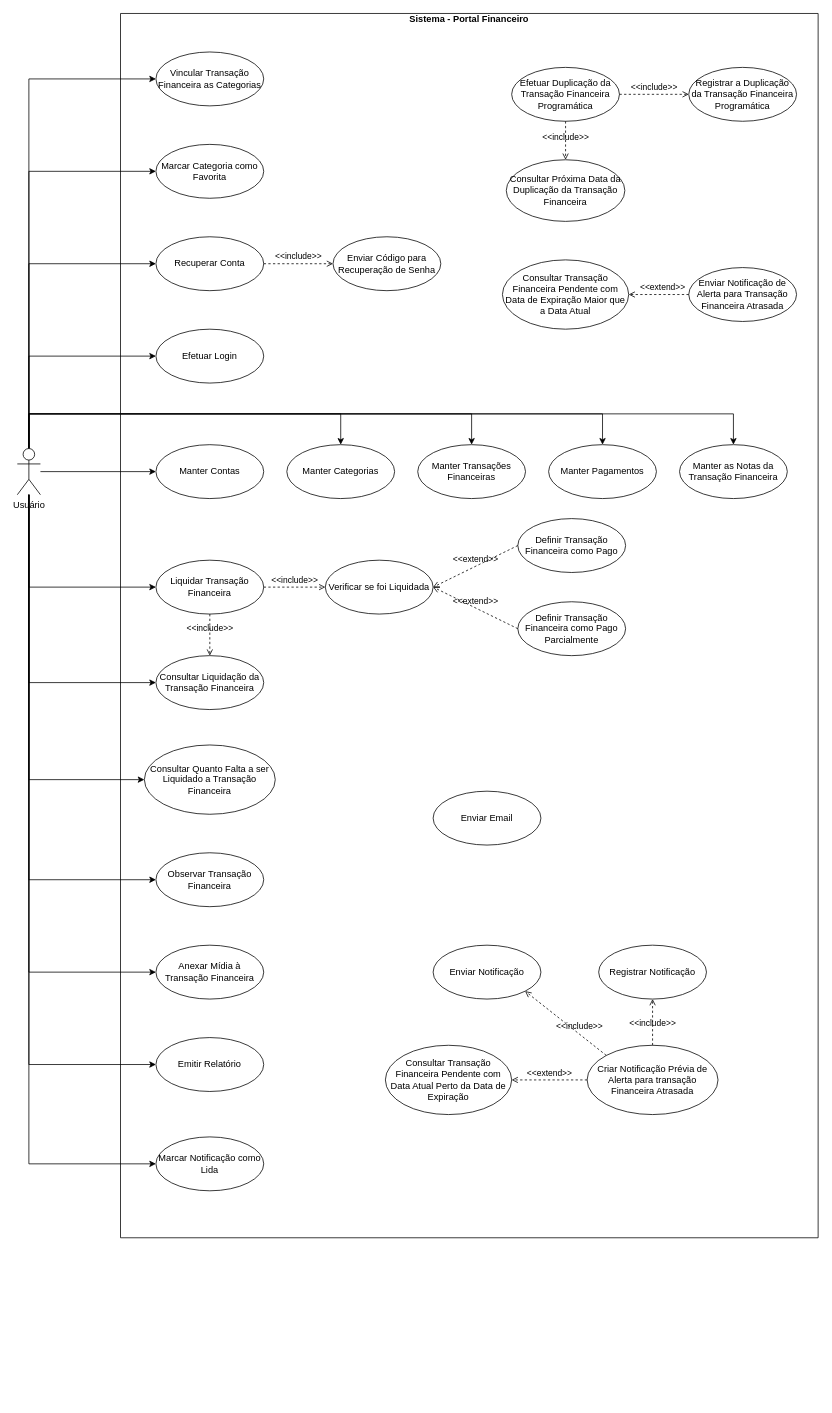
The draw.io diagram docs/use-case.diagram.drawio in Danrley-Ruan-Saquetti/esliph-finance, before the edit. Source tidied: cells renumbered, new cells numbered last; positions are measured from the earlier drawing's top-left corner, leaving out a move shared by most shapes. Both pictures are drawn from the tidied source at 77%, with x=0, y=0 at pixel (17, 13).
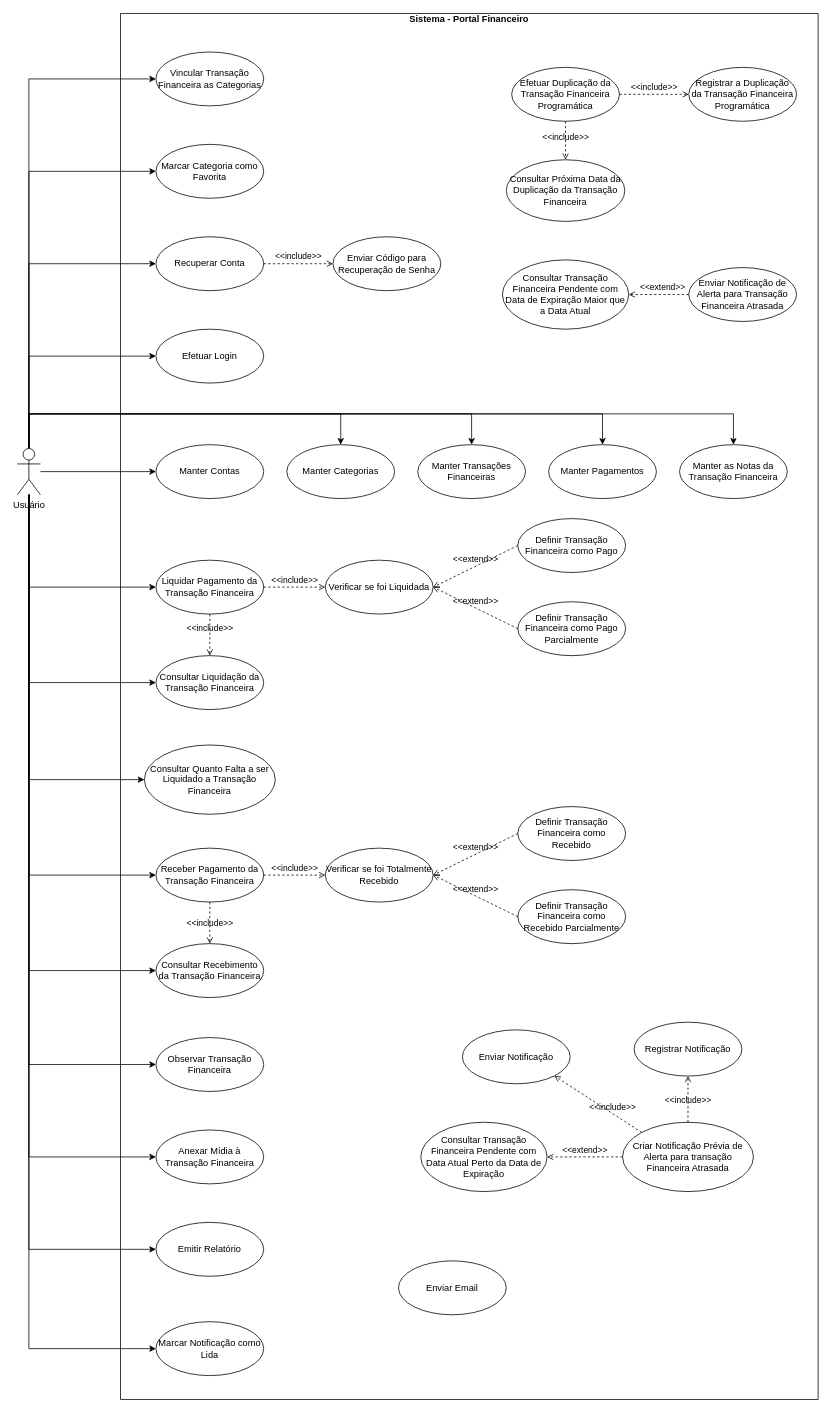
Above is the later version.

Unchanged cells that the change refers to:
```xml
<mxCell id="59" value="Usuário" style="shape=umlActor;verticalLabelPosition=bottom;verticalAlign=top;html=1;outlineConnect=0;" parent="1" vertex="1">
  <mxGeometry y="565" width="30" height="60" as="geometry" />
</mxCell>
```

Change to the diagram source:
```diff
@@
     <mxCell id="4" value="&#10;Sistema - Portal Financeiro" style="swimlane;startSize=0;" parent="1" vertex="1">
-      <mxGeometry x="134" width="906" height="1590" as="geometry" />
+      <mxGeometry x="134" width="906" height="1800" as="geometry" />
     </mxCell>
@@
-    <mxCell id="13" value="Liquidar Transação Financeira" style="ellipse;whiteSpace=wrap;html=1;" parent="4" vertex="1">
+    <mxCell id="13" value="Liquidar Pagamento da Transação Financeira" style="ellipse;whiteSpace=wrap;html=1;" parent="4" vertex="1">
       <mxGeometry x="46" y="710" width="140" height="70" as="geometry" />
     </mxCell>
@@
     <mxCell id="26" value="Observar Transação Financeira" style="ellipse;whiteSpace=wrap;html=1;" parent="4" vertex="1">
-      <mxGeometry x="46" y="1090" width="140" height="70" as="geometry" />
+      <mxGeometry x="46" y="1330" width="140" height="70" as="geometry" />
     </mxCell>
@@
     <mxCell id="32" value="Anexar Mídia à Transação Financeira" style="ellipse;whiteSpace=wrap;html=1;" parent="4" vertex="1">
-      <mxGeometry x="46" y="1210" width="140" height="70" as="geometry" />
+      <mxGeometry x="46" y="1450" width="140" height="70" as="geometry" />
     </mxCell>
     <mxCell id="33" value="Emitir Relatório" style="ellipse;whiteSpace=wrap;html=1;" parent="4" vertex="1">
-      <mxGeometry x="46" y="1330" width="140" height="70" as="geometry" />
+      <mxGeometry x="46" y="1570" width="140" height="70" as="geometry" />
     </mxCell>
@@
     <mxCell id="37" value="Registrar Notificação" style="ellipse;whiteSpace=wrap;html=1;" parent="4" vertex="1">
-      <mxGeometry x="621" y="1210" width="140" height="70" as="geometry" />
+      <mxGeometry x="667" y="1310" width="140" height="70" as="geometry" />
     </mxCell>
     <mxCell id="38" value="Enviar Notificação" style="ellipse;whiteSpace=wrap;html=1;" parent="4" vertex="1">
-      <mxGeometry x="406" y="1210" width="140" height="70" as="geometry" />
+      <mxGeometry x="444" y="1320" width="140" height="70" as="geometry" />
     </mxCell>
     <mxCell id="39" value="Enviar Email" style="ellipse;whiteSpace=wrap;html=1;" parent="4" vertex="1">
-      <mxGeometry x="406" y="1010" width="140" height="70" as="geometry" />
+      <mxGeometry x="361" y="1620" width="140" height="70" as="geometry" />
     </mxCell>
     <mxCell id="40" value="Marcar Notificação como Lida" style="ellipse;whiteSpace=wrap;html=1;" parent="4" vertex="1">
-      <mxGeometry x="46" y="1459" width="140" height="70" as="geometry" />
+      <mxGeometry x="46" y="1699" width="140" height="70" as="geometry" />
     </mxCell>
     <mxCell id="41" value="Criar Notificação Prévia de Alerta para transação Financeira Atrasada" style="ellipse;whiteSpace=wrap;html=1;" parent="4" vertex="1">
-      <mxGeometry x="606" y="1340" width="170" height="90" as="geometry" />
+      <mxGeometry x="652" y="1440" width="170" height="90" as="geometry" />
     </mxCell>
     <mxCell id="42" value="Consultar Transação Financeira Pendente com Data Atual Perto da Data de Expiração" style="ellipse;whiteSpace=wrap;html=1;" parent="4" vertex="1">
-      <mxGeometry x="344" y="1340" width="164" height="90" as="geometry" />
+      <mxGeometry x="390" y="1440" width="164" height="90" as="geometry" />
     </mxCell>
@@
+    <mxCell id="61" value="Receber Pagamento da Transação Financeira" style="ellipse;whiteSpace=wrap;html=1;" parent="4" vertex="1">
+      <mxGeometry x="46" y="1084" width="140" height="70" as="geometry" />
+    </mxCell>
+    <mxCell id="62" value="Consultar Recebimento da Transação Financeira" style="ellipse;whiteSpace=wrap;html=1;" parent="4" vertex="1">
+      <mxGeometry x="46" y="1208" width="140" height="70" as="geometry" />
+    </mxCell>
+    <mxCell id="63" value="Verificar se foi Totalmente Recebido" style="ellipse;whiteSpace=wrap;html=1;" parent="4" vertex="1">
+      <mxGeometry x="266" y="1084" width="140" height="70" as="geometry" />
+    </mxCell>
+    <mxCell id="64" value="Definir Transação Financeira como Recebido" style="ellipse;whiteSpace=wrap;html=1;" parent="4" vertex="1">
+      <mxGeometry x="516" y="1030" width="140" height="70" as="geometry" />
+    </mxCell>
+    <mxCell id="65" value="Definir Transação Financeira como Recebido Parcialmente" style="ellipse;whiteSpace=wrap;html=1;" parent="4" vertex="1">
+      <mxGeometry x="516" y="1138" width="140" height="70" as="geometry" />
+    </mxCell>
+    <mxCell id="66" value="&amp;lt;&amp;lt;extend&amp;gt;&amp;gt;" style="html=1;verticalAlign=bottom;labelBackgroundColor=none;endArrow=open;endFill=0;dashed=1;rounded=0;exitX=0;exitY=0.5;exitDx=0;exitDy=0;entryX=1;entryY=0.5;entryDx=0;entryDy=0;" parent="4" edge="1" source="65" target="63">
+      <mxGeometry relative="1" as="geometry" />
+    </mxCell>
+    <mxCell id="67" value="&amp;lt;&amp;lt;extend&amp;gt;&amp;gt;" style="html=1;verticalAlign=bottom;labelBackgroundColor=none;endArrow=open;endFill=0;dashed=1;rounded=0;exitX=0;exitY=0.5;exitDx=0;exitDy=0;entryX=1;entryY=0.5;entryDx=0;entryDy=0;" parent="4" edge="1" source="64" target="63">
+      <mxGeometry relative="1" as="geometry" />
+    </mxCell>
+    <mxCell id="68" value="&amp;lt;&amp;lt;include&amp;gt;&amp;gt;" style="html=1;verticalAlign=bottom;labelBackgroundColor=none;endArrow=open;endFill=0;dashed=1;rounded=0;exitX=0.5;exitY=1;exitDx=0;exitDy=0;entryX=0.5;entryY=0;entryDx=0;entryDy=0;" parent="4" edge="1" source="61" target="62">
+      <mxGeometry x="0.33" relative="1" as="geometry" />
+    </mxCell>
+    <mxCell id="69" value="&amp;lt;&amp;lt;include&amp;gt;&amp;gt;" style="html=1;verticalAlign=bottom;labelBackgroundColor=none;endArrow=open;endFill=0;dashed=1;rounded=0;exitX=1;exitY=0.5;exitDx=0;exitDy=0;entryX=0;entryY=0.5;entryDx=0;entryDy=0;" parent="4" edge="1" source="61" target="63">
+      <mxGeometry relative="1" as="geometry" />
+    </mxCell>
@@
     <mxCell id="56" style="edgeStyle=orthogonalEdgeStyle;rounded=0;jettySize=auto;html=1;entryX=0;entryY=0.5;entryDx=0;entryDy=0;" parent="1" edge="1" source="59" target="26">
       <mxGeometry relative="1" as="geometry">
         <Array as="points">
-          <mxPoint x="15" y="1125" />
+          <mxPoint x="15" y="1365" />
         </Array>
       </mxGeometry>
     </mxCell>
     <mxCell id="57" style="edgeStyle=orthogonalEdgeStyle;rounded=0;jettySize=auto;html=1;entryX=0;entryY=0.5;entryDx=0;entryDy=0;" parent="1" edge="1" source="59" target="32">
       <mxGeometry relative="1" as="geometry">
         <Array as="points">
-          <mxPoint x="15" y="1245" />
+          <mxPoint x="15" y="1485" />
         </Array>
       </mxGeometry>
     </mxCell>
     <mxCell id="58" style="edgeStyle=orthogonalEdgeStyle;rounded=0;jettySize=auto;html=1;entryX=0;entryY=0.5;entryDx=0;entryDy=0;" parent="1" edge="1" source="59" target="33">
       <mxGeometry relative="1" as="geometry">
         <Array as="points">
-          <mxPoint x="15" y="1365" />
+          <mxPoint x="15" y="1605" />
         </Array>
       </mxGeometry>
     </mxCell>
+    <mxCell id="70" style="edgeStyle=orthogonalEdgeStyle;rounded=0;jettySize=auto;html=1;entryX=0;entryY=0.5;entryDx=0;entryDy=0;" parent="1" edge="1" source="59" target="61">
+      <mxGeometry relative="1" as="geometry">
+        <Array as="points">
+          <mxPoint x="15" y="1119" />
+        </Array>
+      </mxGeometry>
+    </mxCell>
+    <mxCell id="71" style="edgeStyle=orthogonalEdgeStyle;rounded=0;jettySize=auto;html=1;entryX=0;entryY=0.5;entryDx=0;entryDy=0;" parent="1" edge="1" source="59" target="62">
+      <mxGeometry relative="1" as="geometry">
+        <Array as="points">
+          <mxPoint x="15" y="1243" />
+        </Array>
+      </mxGeometry>
+    </mxCell>
@@
     <mxCell id="60" style="edgeStyle=orthogonalEdgeStyle;rounded=0;jettySize=auto;html=1;entryX=0;entryY=0.5;entryDx=0;entryDy=0;" parent="1" edge="1" source="59" target="40">
       <mxGeometry relative="1" as="geometry">
         <Array as="points">
-          <mxPoint x="15" y="1494" />
+          <mxPoint x="15" y="1734" />
         </Array>
       </mxGeometry>
     </mxCell>
```
